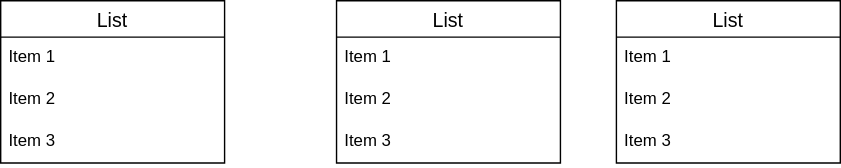
The draw.io diagram 名称未設定ファイル.drawio.svg in teme-qualia/household-account-book, before a commit. Source tidied: cells renumbered, new cells last; positions are measured from the earlier drawing's top-left corner, leaving out a move shared by most shapes. The source it was exported from:
```xml
<mxGraphModel>
  <root>
    <mxCell id="0" />
    <mxCell id="1" parent="0" />
    <mxCell id="2" value="List" style="swimlane;fontStyle=0;horizontal=1;startSize=26;align=center;fontSize=14;" parent="1" vertex="1">
      <mxGeometry width="160" height="116" as="geometry" />
    </mxCell>
    <mxCell id="3" value="Item 1" style="text;strokeColor=none;fillColor=none;spacingLeft=4;spacingRight=4;overflow=hidden;fontSize=12;" parent="2" vertex="1">
      <mxGeometry y="26" width="160" height="30" as="geometry" />
    </mxCell>
    <mxCell id="4" value="Item 2" style="text;strokeColor=none;fillColor=none;spacingLeft=4;spacingRight=4;overflow=hidden;fontSize=12;" parent="2" vertex="1">
      <mxGeometry y="56" width="160" height="30" as="geometry" />
    </mxCell>
    <mxCell id="5" value="Item 3" style="text;strokeColor=none;fillColor=none;spacingLeft=4;spacingRight=4;overflow=hidden;fontSize=12;" parent="2" vertex="1">
      <mxGeometry y="86" width="160" height="30" as="geometry" />
    </mxCell>
    <mxCell id="6" value="List" style="swimlane;fontStyle=0;horizontal=1;startSize=26;align=center;fontSize=14;" parent="1" vertex="1">
      <mxGeometry x="240" width="160" height="116" as="geometry" />
    </mxCell>
    <mxCell id="7" value="Item 1" style="text;strokeColor=none;fillColor=none;spacingLeft=4;spacingRight=4;overflow=hidden;fontSize=12;" parent="6" vertex="1">
      <mxGeometry y="26" width="160" height="30" as="geometry" />
    </mxCell>
    <mxCell id="8" value="Item 2" style="text;strokeColor=none;fillColor=none;spacingLeft=4;spacingRight=4;overflow=hidden;fontSize=12;" parent="6" vertex="1">
      <mxGeometry y="56" width="160" height="30" as="geometry" />
    </mxCell>
    <mxCell id="9" value="Item 3" style="text;strokeColor=none;fillColor=none;spacingLeft=4;spacingRight=4;overflow=hidden;fontSize=12;" parent="6" vertex="1">
      <mxGeometry y="86" width="160" height="30" as="geometry" />
    </mxCell>
    <mxCell id="10" value="List" style="swimlane;fontStyle=0;horizontal=1;startSize=26;align=center;fontSize=14;" parent="1" vertex="1">
      <mxGeometry x="440" width="160" height="116" as="geometry" />
    </mxCell>
    <mxCell id="11" value="Item 1" style="text;strokeColor=none;fillColor=none;spacingLeft=4;spacingRight=4;overflow=hidden;fontSize=12;" parent="10" vertex="1">
      <mxGeometry y="26" width="160" height="30" as="geometry" />
    </mxCell>
    <mxCell id="12" value="Item 2" style="text;strokeColor=none;fillColor=none;spacingLeft=4;spacingRight=4;overflow=hidden;fontSize=12;" parent="10" vertex="1">
      <mxGeometry y="56" width="160" height="30" as="geometry" />
    </mxCell>
    <mxCell id="13" value="Item 3" style="text;strokeColor=none;fillColor=none;spacingLeft=4;spacingRight=4;overflow=hidden;fontSize=12;" parent="10" vertex="1">
      <mxGeometry y="86" width="160" height="30" as="geometry" />
    </mxCell>
  </root>
</mxGraphModel>
```
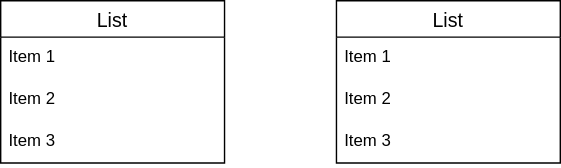
After the commit.

Commit message:
名称未設定ファイル.drawio.svg を更新します

Change to the diagram source:
```diff
@@ -26,17 +26,5 @@
     <mxCell id="9" value="Item 3" style="text;strokeColor=none;fillColor=none;spacingLeft=4;spacingRight=4;overflow=hidden;fontSize=12;" parent="6" vertex="1">
       <mxGeometry y="86" width="160" height="30" as="geometry" />
     </mxCell>
-    <mxCell id="10" value="List" style="swimlane;fontStyle=0;horizontal=1;startSize=26;align=center;fontSize=14;" parent="1" vertex="1">
-      <mxGeometry x="440" width="160" height="116" as="geometry" />
-    </mxCell>
-    <mxCell id="11" value="Item 1" style="text;strokeColor=none;fillColor=none;spacingLeft=4;spacingRight=4;overflow=hidden;fontSize=12;" parent="10" vertex="1">
-      <mxGeometry y="26" width="160" height="30" as="geometry" />
-    </mxCell>
-    <mxCell id="12" value="Item 2" style="text;strokeColor=none;fillColor=none;spacingLeft=4;spacingRight=4;overflow=hidden;fontSize=12;" parent="10" vertex="1">
-      <mxGeometry y="56" width="160" height="30" as="geometry" />
-    </mxCell>
-    <mxCell id="13" value="Item 3" style="text;strokeColor=none;fillColor=none;spacingLeft=4;spacingRight=4;overflow=hidden;fontSize=12;" parent="10" vertex="1">
-      <mxGeometry y="86" width="160" height="30" as="geometry" />
-    </mxCell>
   </root>
 </mxGraphModel>
```
